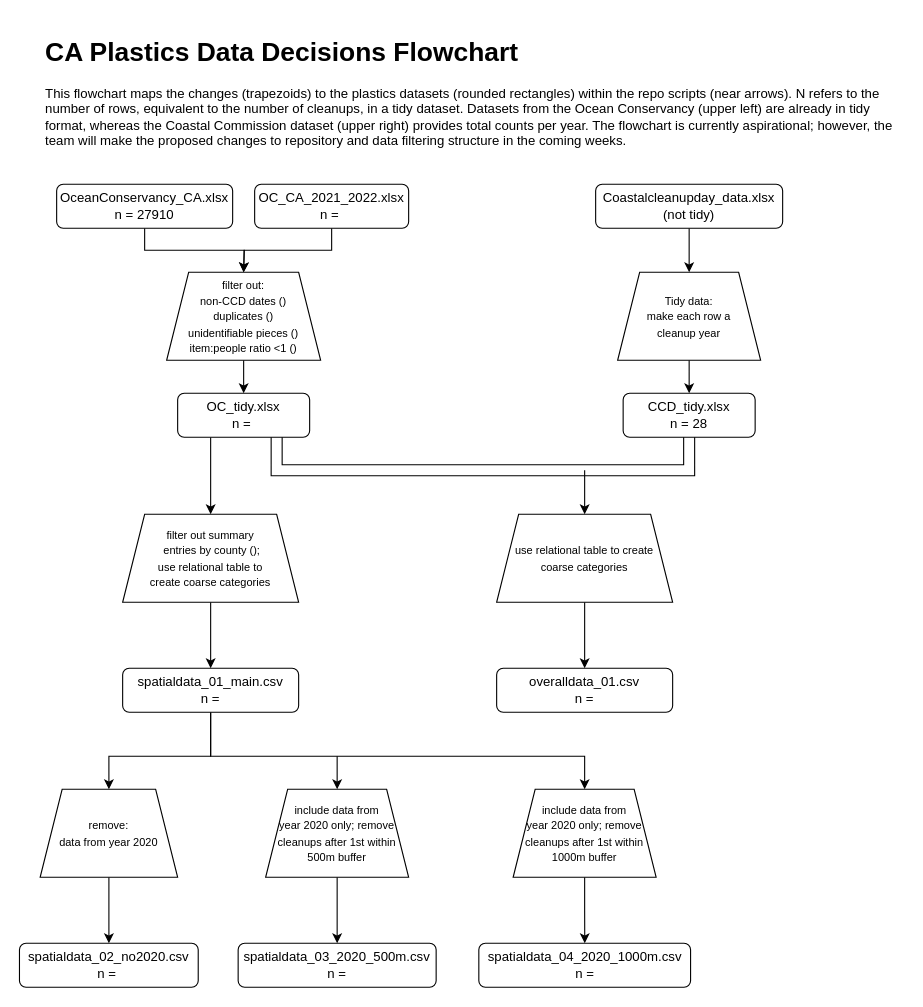
Before: figures/Untitled Diagram.drawio in cclatterbuck/CAplastics, a draw.io diagram. Source tidied: cells renumbered, new cells numbered last; positions are measured from the earlier drawing's top-left corner, leaving out a move shared by most shapes. Both pictures are drawn from the tidied source at 110%, with x=0, y=0 at pixel (19, 30).
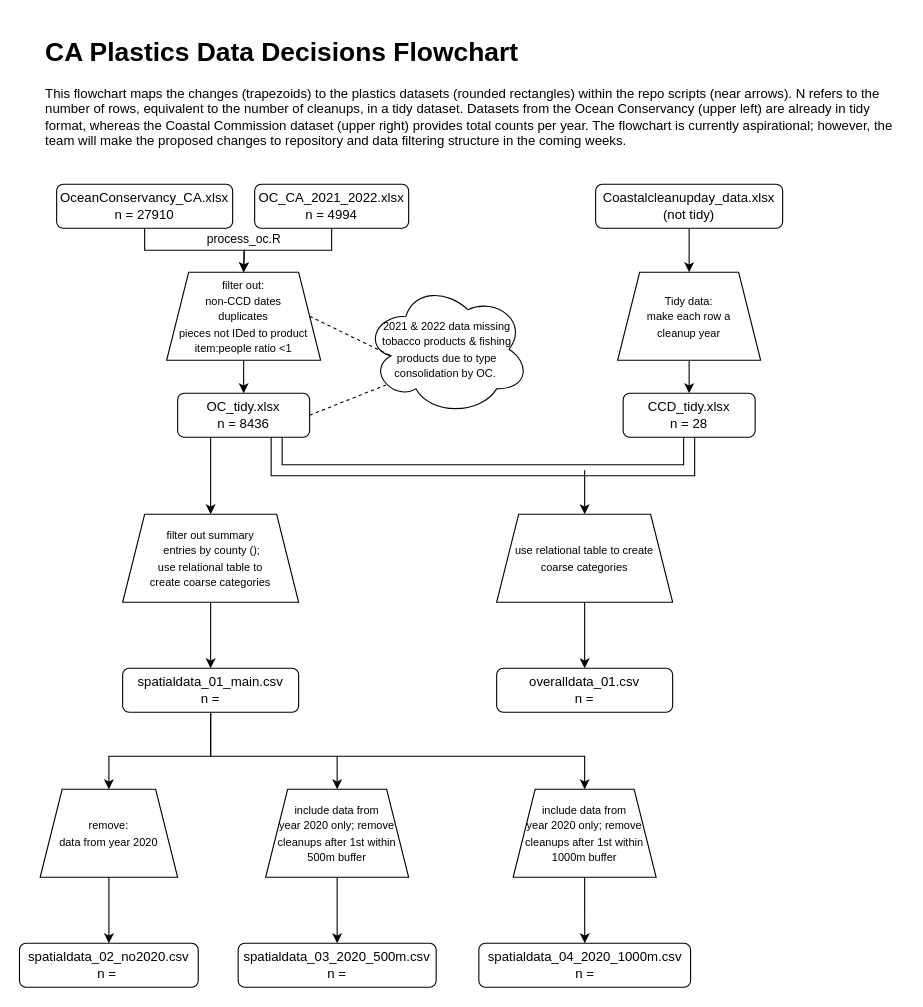
After the change.

Commit message:
add row no. & details to combining oc datasets

The change refers to these unchanged cells:
```xml
<mxCell id="5" value="OceanConservancy_CA.xlsx&lt;br&gt;n = 27910" style="rounded=1;whiteSpace=wrap;html=1;" parent="1" vertex="1">
  <mxGeometry x="34" y="140" width="160" height="40" as="geometry" />
</mxCell>
```

Change to the diagram source:
```diff
@@
-    <mxCell id="4" style="edgeStyle=orthogonalEdgeStyle;rounded=0;jettySize=auto;html=1;exitX=0.5;exitY=1;exitDx=0;exitDy=0;" parent="1" edge="1" source="5">
-      <mxGeometry relative="1" as="geometry">
+    <mxCell id="4" value="process_oc.R" style="edgeStyle=orthogonalEdgeStyle;rounded=0;jettySize=auto;html=1;exitX=0.5;exitY=1;exitDx=0;exitDy=0;" parent="1" edge="1" source="5">
+      <mxGeometry x="0.69" y="10" relative="1" as="geometry">
         <mxPoint x="204" y="220" as="targetPoint" />
       </mxGeometry>
     </mxCell>
@@
-    <mxCell id="7" value="OC_CA_2021_2022.xlsx&lt;br&gt;n =&amp;nbsp;" style="rounded=1;whiteSpace=wrap;html=1;" parent="1" vertex="1">
+    <mxCell id="7" value="OC_CA_2021_2022.xlsx&lt;br&gt;n = 4994" style="rounded=1;whiteSpace=wrap;html=1;" parent="1" vertex="1">
       <mxGeometry x="214" y="140" width="140" height="40" as="geometry" />
     </mxCell>
@@
-    <mxCell id="9" value="&lt;font style=&quot;font-size: 10px;&quot;&gt;filter out:&lt;br&gt;non-CCD dates ()&lt;br&gt;duplicates ()&lt;br&gt;unidentifiable pieces ()&lt;br&gt;item:people ratio &amp;lt;1 ()&lt;br&gt;&lt;/font&gt;" style="shape=trapezoid;perimeter=trapezoidPerimeter;whiteSpace=wrap;html=1;fixedSize=1;" parent="1" vertex="1">
+    <mxCell id="9" value="&lt;font style=&quot;font-size: 10px;&quot;&gt;filter out:&lt;br&gt;non-CCD dates&lt;br&gt;duplicates&lt;br&gt;pieces not IDed to product&lt;br&gt;item:people ratio &amp;lt;1&lt;br&gt;&lt;/font&gt;" style="shape=trapezoid;perimeter=trapezoidPerimeter;whiteSpace=wrap;html=1;fixedSize=1;" parent="1" vertex="1">
       <mxGeometry x="134" y="220" width="140" height="80" as="geometry" />
     </mxCell>
@@
-    <mxCell id="11" value="OC_tidy.xlsx&lt;br&gt;n =&amp;nbsp;" style="rounded=1;whiteSpace=wrap;html=1;" parent="1" vertex="1">
+    <mxCell id="11" value="OC_tidy.xlsx&lt;br&gt;n = 8436" style="rounded=1;whiteSpace=wrap;html=1;" parent="1" vertex="1">
       <mxGeometry x="144" y="330" width="120" height="40" as="geometry" />
     </mxCell>
@@
+    <mxCell id="36" value="&lt;span style=&quot;font-size: 10px;&quot;&gt;2021 &amp;amp; 2022 data missing tobacco products &amp;amp; fishing products due to type consolidation by OC.&amp;nbsp;&lt;/span&gt;" style="ellipse;shape=cloud;whiteSpace=wrap;html=1;" parent="1" vertex="1">
+      <mxGeometry x="314" y="230" width="150" height="120" as="geometry" />
+    </mxCell>
+    <mxCell id="37" style="endArrow=none;dashed=1;html=1;rounded=0;entryX=0.16;entryY=0.55;entryDx=0;entryDy=0;entryPerimeter=0;exitX=1;exitY=0.5;exitDx=0;exitDy=0;" parent="1" edge="1" source="9" target="36">
+      <mxGeometry relative="1" as="geometry" />
+    </mxCell>
+    <mxCell id="38" style="endArrow=none;dashed=1;html=1;rounded=0;entryX=0.13;entryY=0.77;entryDx=0;entryDy=0;entryPerimeter=0;exitX=1;exitY=0.5;exitDx=0;exitDy=0;" parent="1" edge="1" source="11" target="36">
+      <mxGeometry relative="1" as="geometry" />
+    </mxCell>
```
